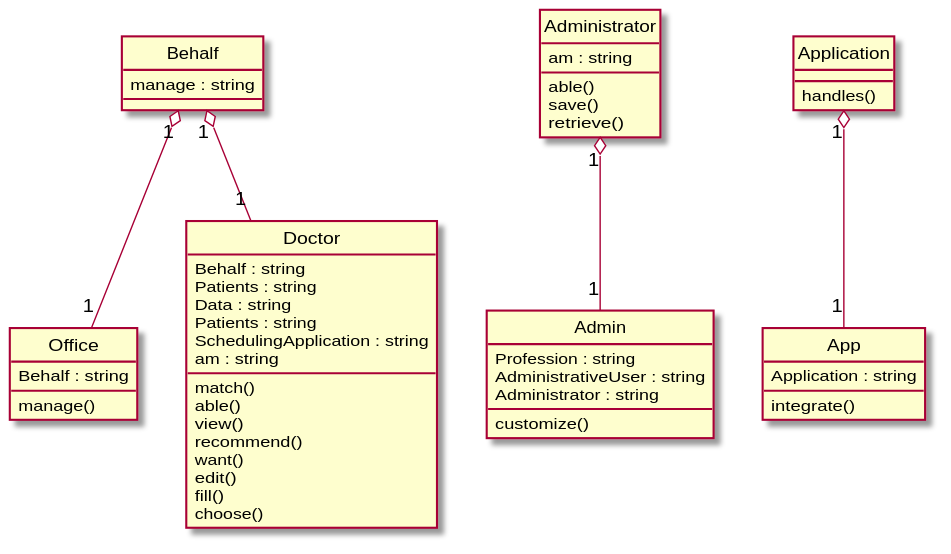
Before: Diagrams/2018-USC-Project04.svg, a diagram exported from PlantUML (xixixhalu/DomainModelExtractor). Source of this version:
```plantuml
@startuml
hide circle
class Behalf {
	manage : string
}
class Office {
	Behalf : string
	manage()
}
class Doctor {
	Behalf : string
	Patients : string
	Data : string
	Patients : string
	SchedulingApplication : string
	am : string
	match()
	able()
	view()
	recommend()
	want()
	edit()
	fill()
	choose()
}
class Admin {
	Profession : string
	AdministrativeUser : string
	Administrator : string
	customize()
}
class App {
	Application : string
	integrate()
}
class Administrator {
	am : string
	able()
	save()
	retrieve()
}
class Application {
	handles()
}
Behalf "1" o-- "1" Doctor
Behalf "1" o-- "1" Office
Application "1" o-- "1" App
Administrator "1" o-- "1" Admin
@enduml
```
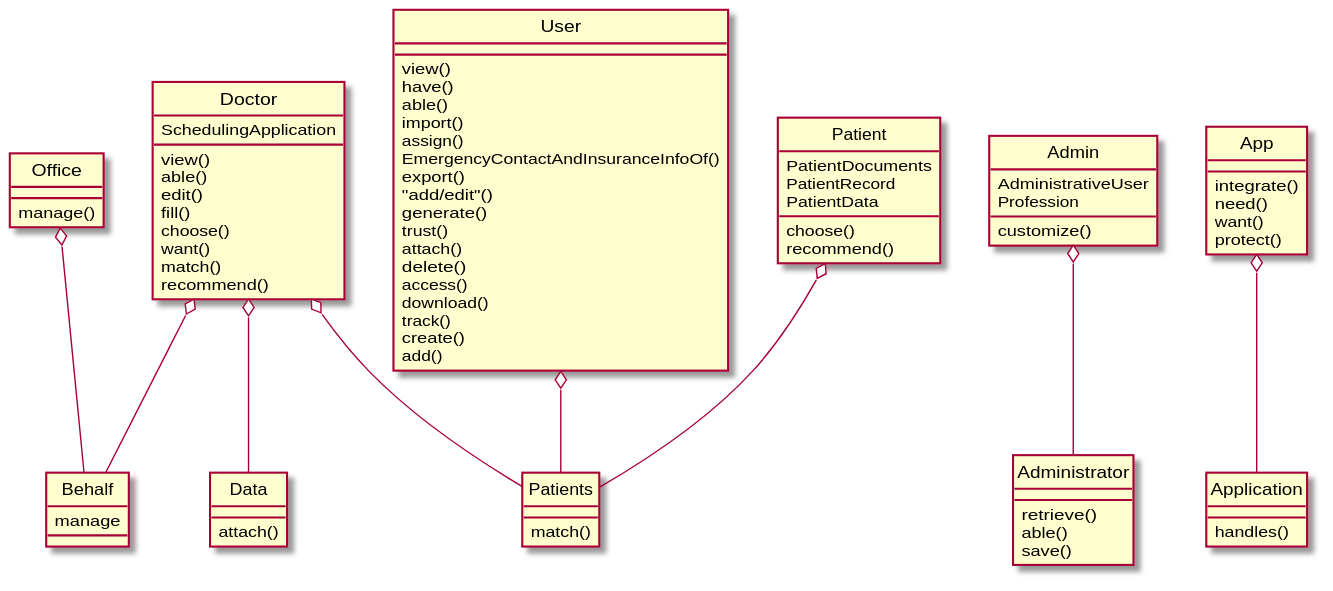
Above is the later version.

What changed in the source:
```diff
@@ -1,49 +1,79 @@
 @startuml
 hide circle
 class Behalf {
-	manage : string
+	manage
 }
 class Office {
-	Behalf : string
 	manage()
 }
 class Doctor {
-	Behalf : string
-	Patients : string
-	Data : string
-	Patients : string
-	SchedulingApplication : string
-	am : string
-	match()
+	SchedulingApplication
+	view()
 	able()
-	view()
-	recommend()
-	want()
 	edit()
 	fill()
 	choose()
+	want()
+	match()
+	recommend()
 }
 class Admin {
-	Profession : string
-	AdministrativeUser : string
-	Administrator : string
+	AdministrativeUser
+	Profession
 	customize()
 }
+class User {
+	view()
+	have()
+	able()
+	import()
+	assign()
+	EmergencyContactAndInsuranceInfoOf()
+	export()
+	"add/edit"()
+	generate()
+	trust()
+	attach()
+	delete()
+	access()
+	download()
+	track()
+	create()
+	add()
+}
+class Patient {
+	PatientDocuments
+	PatientRecord
+	PatientData
+	choose()
+	recommend()
+}
 class App {
-	Application : string
 	integrate()
-}
-class Administrator {
-	am : string
-	able()
-	save()
-	retrieve()
+	need()
+	want()
+	protect()
 }
 class Application {
 	handles()
 }
-Behalf "1" o-- "1" Doctor
-Behalf "1" o-- "1" Office
-Application "1" o-- "1" App
-Administrator "1" o-- "1" Admin
+class Administrator {
+	retrieve()
+	able()
+	save()
+}
+class Patients {
+	match()
+}
+class Data {
+	attach()
+}
+App o-- Application
+Doctor o-- Patients
+Doctor o-- Data
+Admin o-- Administrator
+Office o-- Behalf
+User o-- Patients
+Doctor o-- Behalf
+Patient o-- Patients
 @enduml
```
